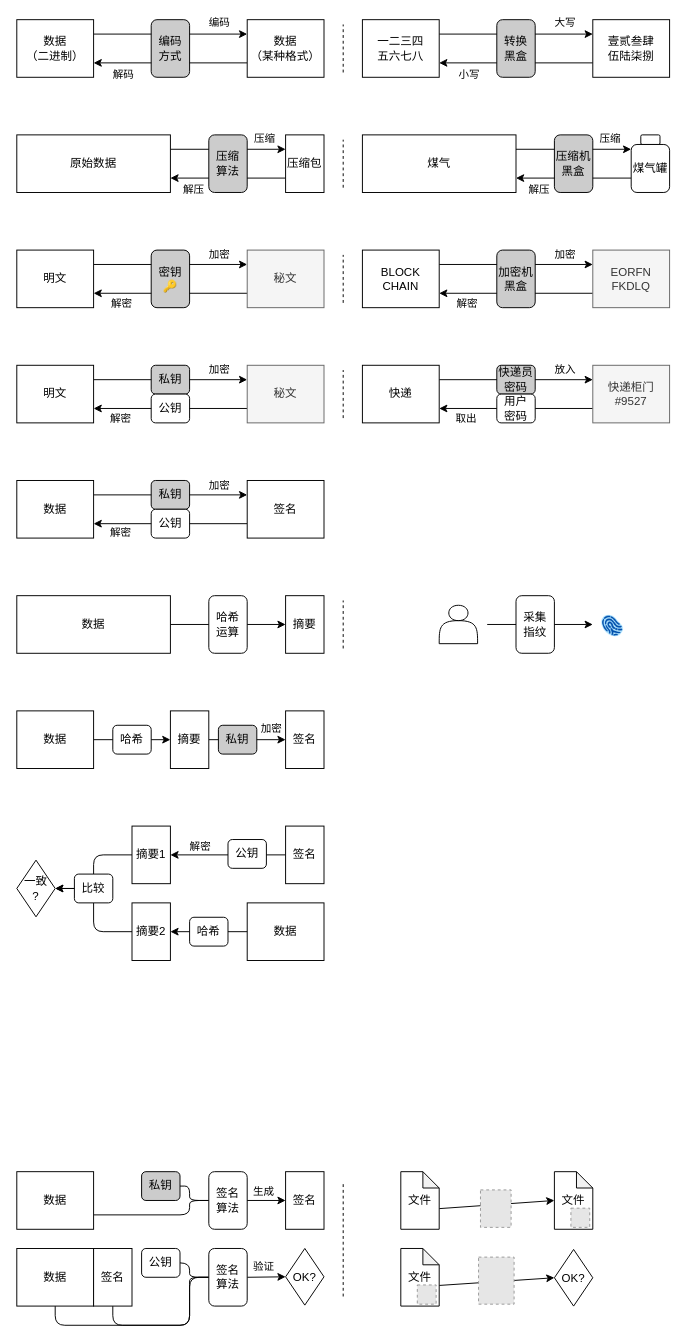
Earlier version of the draw.io diagram page "Codec" (1 of 4) of draw/ch00.drawio (zxh0/blockchain-book). Source tidied: cells renumbered, new cells numbered last; positions are measured from the earlier drawing's top-left corner, leaving out a move shared by most shapes. Both pictures are drawn from the tidied source at 96%, with x=0, y=0 at pixel (16, 19). Pictures stored in the file or linked from it are replaced by grey dashed boxes.
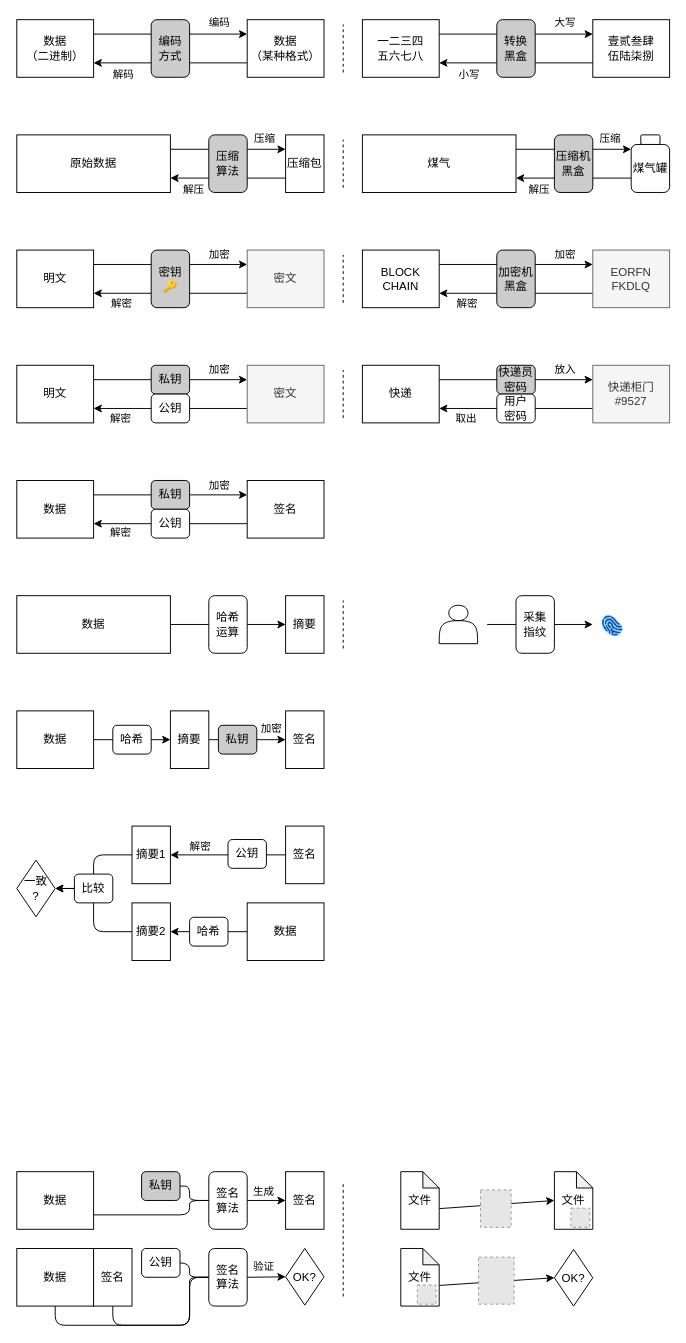
After the change.

Change to the diagram source:
```diff
@@
-    <mxCell id="8" value="秘文" style="rounded=0;whiteSpace=wrap;html=1;fillColor=#f5f5f5;fillStyle=auto;fontColor=#333333;strokeColor=#666666;" parent="1" vertex="1">
+    <mxCell id="8" value="密文" style="rounded=0;whiteSpace=wrap;html=1;fillColor=#f5f5f5;fillStyle=auto;fontColor=#333333;strokeColor=#666666;" parent="1" vertex="1">
       <mxGeometry x="240" y="240" width="80" height="60" as="geometry" />
     </mxCell>
@@
-    <mxCell id="15" value="秘文" style="rounded=0;whiteSpace=wrap;html=1;fillColor=#f5f5f5;fontColor=#333333;strokeColor=#666666;" parent="1" vertex="1">
+    <mxCell id="15" value="&lt;span style=&quot;color: rgb(51, 51, 51);&quot;&gt;密文&lt;/span&gt;" style="rounded=0;whiteSpace=wrap;html=1;fillColor=#f5f5f5;fontColor=#333333;strokeColor=#666666;" parent="1" vertex="1">
       <mxGeometry x="240" y="360" width="80" height="60" as="geometry" />
     </mxCell>
```
